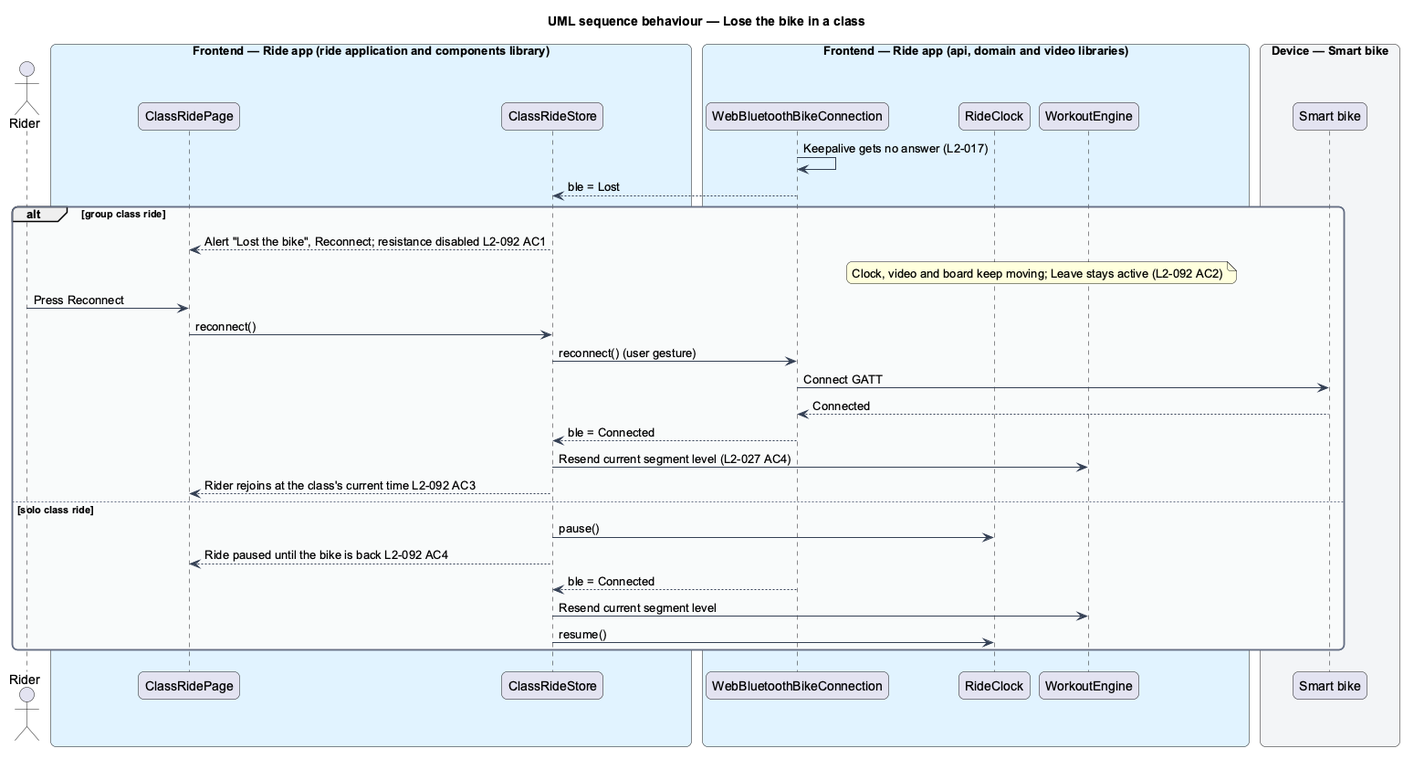
The PlantUML diagram docs/detailed-designs/classes/pause-leave-or-finish-a-class/diagrams/sequence-lose-the-bike.png in QuinntyneBrown/ride-one, before a commit. Its diagram source:
```plantuml
@startuml
title UML sequence behaviour — Lose the bike in a class
skinparam backgroundColor #FFFFFF
skinparam shadowing false
skinparam roundcorner 12
skinparam defaultFontName Arial
skinparam ArrowColor #344054
skinparam rectangle {
  BorderColor #344054
  FontColor #101828
}
skinparam package {
  BorderColor #667085
  FontColor #101828
  BackgroundColor #F9FAFB
}
actor "Rider" as rider
box "Frontend — Ride app (ride application and components library)" #E0F2FE
  participant "ClassRidePage" as page
  participant "ClassRideStore" as store
end box
box "Frontend — Ride app (api, domain and video libraries)" #E0F2FE
  participant "WebBluetoothBikeConnection" as conn
  participant "RideClock" as clock
  participant "WorkoutEngine" as engine
end box
box "Device — Smart bike" #F2F4F7
  participant "Smart bike" as bike
end box
conn -> conn : Keepalive gets no answer (L2-017)
conn --> store : ble = Lost
alt group class ride
  store --> page : Alert "Lost the bike", Reconnect; resistance disabled L2-092 AC1
  note over clock, engine : Clock, video and board keep moving; Leave stays active (L2-092 AC2)
  rider -> page : Press Reconnect
  page -> store : reconnect()
  store -> conn : reconnect() (user gesture)
  conn -> bike : Connect GATT
  bike --> conn : Connected
  conn --> store : ble = Connected
  store -> engine : Resend current segment level (L2-027 AC4)
  store --> page : Rider rejoins at the class's current time L2-092 AC3
else solo class ride
  store -> clock : pause()
  store --> page : Ride paused until the bike is back L2-092 AC4
  conn --> store : ble = Connected
  store -> engine : Resend current segment level
  store -> clock : resume()
end
@enduml
```
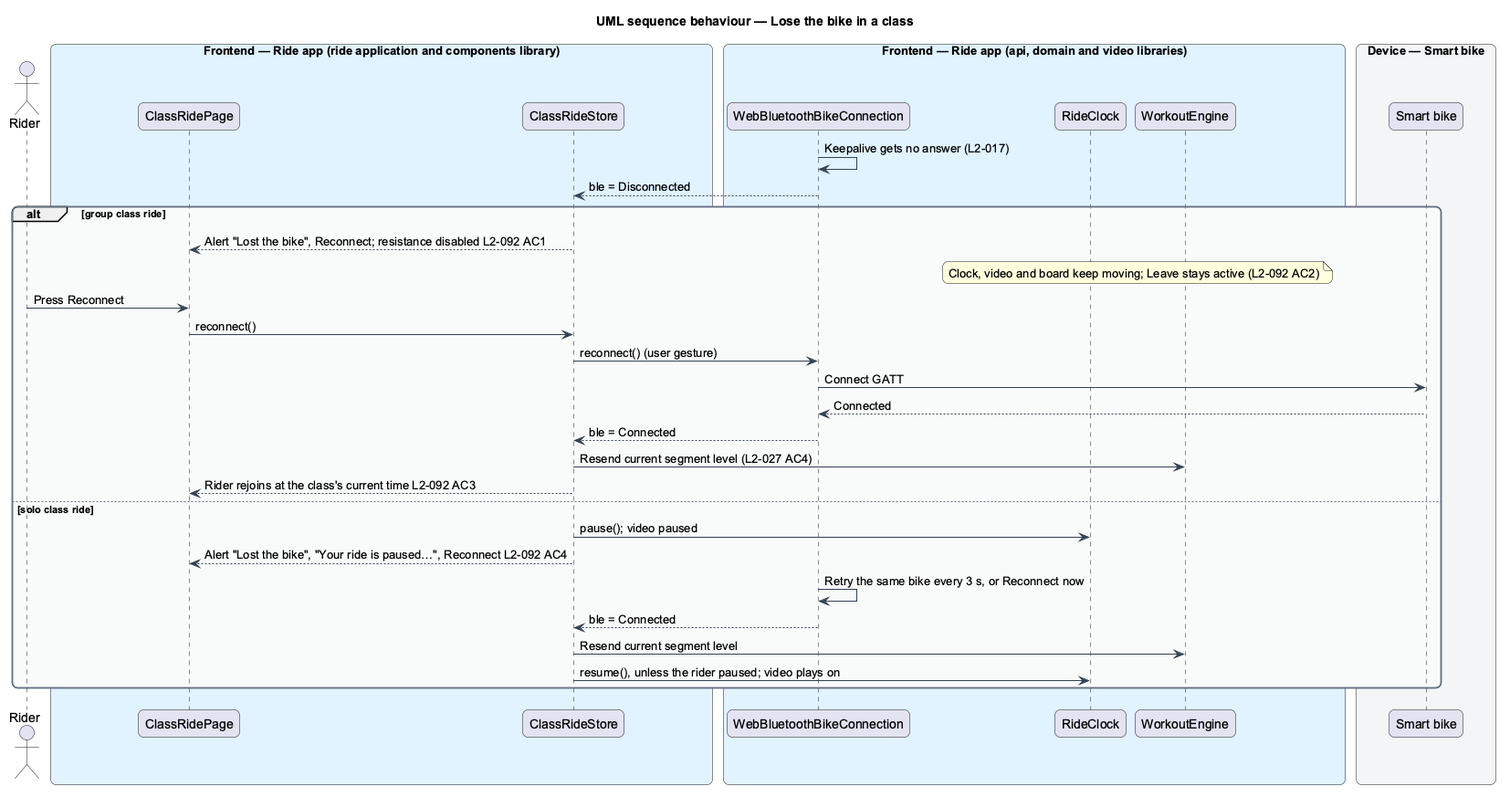
The same file after the commit.

Change to the diagram source:
```diff
@@ -28,7 +28,7 @@
   participant "Smart bike" as bike
 end box
 conn -> conn : Keepalive gets no answer (L2-017)
-conn --> store : ble = Lost
+conn --> store : ble = Disconnected
 alt group class ride
   store --> page : Alert "Lost the bike", Reconnect; resistance disabled L2-092 AC1
   note over clock, engine : Clock, video and board keep moving; Leave stays active (L2-092 AC2)
@@ -41,10 +41,11 @@
   store -> engine : Resend current segment level (L2-027 AC4)
   store --> page : Rider rejoins at the class's current time L2-092 AC3
 else solo class ride
-  store -> clock : pause()
-  store --> page : Ride paused until the bike is back L2-092 AC4
+  store -> clock : pause(); video paused
+  store --> page : Alert "Lost the bike", "Your ride is paused…", Reconnect L2-092 AC4
+  conn -> conn : Retry the same bike every 3 s, or Reconnect now
   conn --> store : ble = Connected
   store -> engine : Resend current segment level
-  store -> clock : resume()
+  store -> clock : resume(), unless the rider paused; video plays on
 end
 @enduml
```
